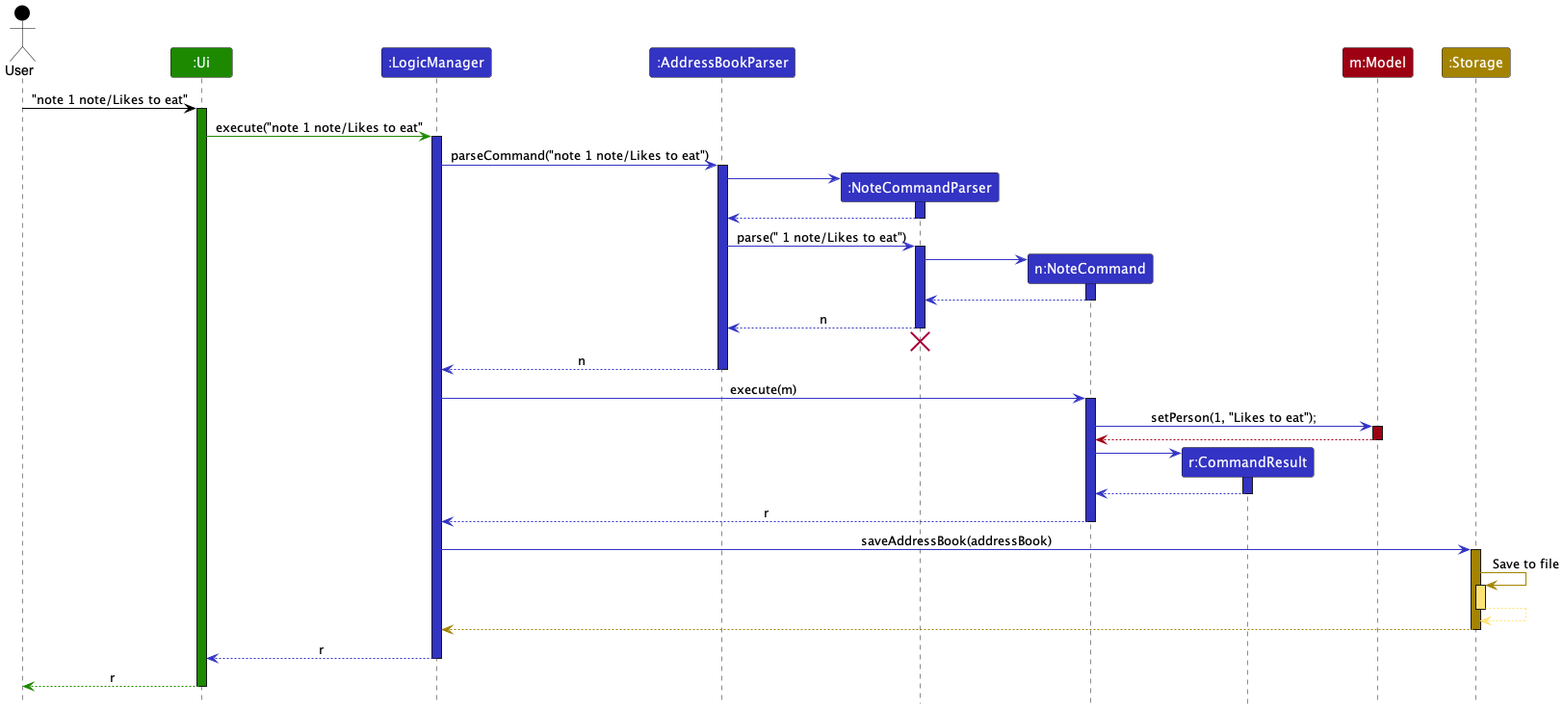
Before: docs/images/AddNoteSequenceDiagram.png, a diagram exported from PlantUML (nus-cs2103-AY2324S2/tp). Its diagram source:
```plantuml
@startuml
!include style.puml
skinparam ArrowFontStyle plain

Actor User as User USER_COLOR
participant ":Ui" as Ui UI_COLOR
participant ":LogicManager" as LogicManager LOGIC_COLOR
participant ":AddressBookParser" as AddressBookParser LOGIC_COLOR
participant ":NoteCommandParser" as NoteCommandParser LOGIC_COLOR
participant "n:NoteCommand" as NoteCommand LOGIC_COLOR
participant "r:CommandResult" as CommandResult LOGIC_COLOR
participant "m:Model" as Model MODEL_COLOR
participant ":Storage" as Storage STORAGE_COLOR

User -[USER_COLOR]> Ui : "note 1 note/Likes to eat"
activate Ui UI_COLOR

Ui -[UI_COLOR]> LogicManager : execute("note 1 note/Likes to eat"
activate LogicManager LOGIC_COLOR

LogicManager -[LOGIC_COLOR]> AddressBookParser : parseCommand("note 1 note/Likes to eat")
activate AddressBookParser LOGIC_COLOR

create NoteCommandParser
AddressBookParser -[LOGIC_COLOR]> NoteCommandParser
activate NoteCommandParser LOGIC_COLOR

NoteCommandParser --[LOGIC_COLOR]> AddressBookParser
deactivate NoteCommandParser

AddressBookParser -[LOGIC_COLOR]> NoteCommandParser : parse(" 1 note/Likes to eat")
activate NoteCommandParser LOGIC_COLOR

create NoteCommand
NoteCommandParser -[LOGIC_COLOR]> NoteCommand
activate NoteCommand LOGIC_COLOR

NoteCommand --[LOGIC_COLOR]> NoteCommandParser :
deactivate NoteCommand

NoteCommandParser --[LOGIC_COLOR]> AddressBookParser : n
deactivate NoteCommandParser
NoteCommandParser -[hidden]-> AddressBookParser
destroy NoteCommandParser

AddressBookParser --[LOGIC_COLOR]> LogicManager : n
deactivate AddressBookParser

LogicManager -[LOGIC_COLOR]> NoteCommand : execute(m)
activate NoteCommand LOGIC_COLOR

NoteCommand -[LOGIC_COLOR]> Model : setPerson(1, "Likes to eat");
activate Model MODEL_COLOR

Model --[MODEL_COLOR]> NoteCommand
deactivate Model

create CommandResult
NoteCommand -[LOGIC_COLOR]> CommandResult
activate CommandResult LOGIC_COLOR

CommandResult --[LOGIC_COLOR]> NoteCommand
deactivate CommandResult

NoteCommand --[LOGIC_COLOR]> LogicManager : r
deactivate NoteCommand

LogicManager -[LOGIC_COLOR]> Storage : saveAddressBook(addressBook)
activate Storage STORAGE_COLOR

Storage -[STORAGE_COLOR]> Storage : Save to file
activate Storage STORAGE_COLOR_T1

Storage --[STORAGE_COLOR_T1]> Storage
deactivate Storage

Storage --[STORAGE_COLOR]> LogicManager
deactivate Storage

LogicManager --[LOGIC_COLOR]> Ui : r
deactivate LogicManager

Ui --[UI_COLOR]> User : r
deactivate Ui
@enduml
```
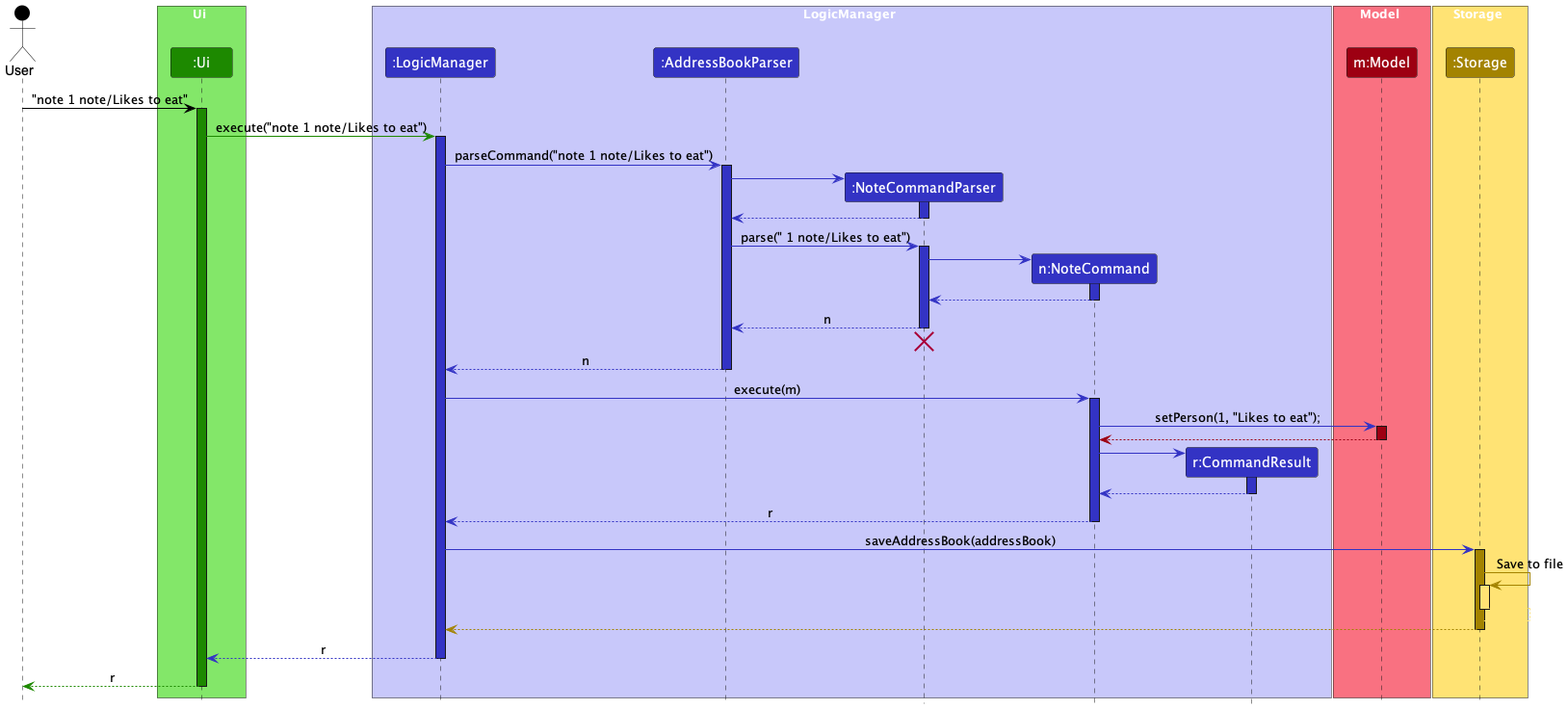
The same file after the commit.

Commit message:
Update sequence diagram for note

Change to the diagram source:
```diff
@@ -3,19 +3,27 @@
 skinparam ArrowFontStyle plain
 
 Actor User as User USER_COLOR
+box Ui UI_COLOR_T1
 participant ":Ui" as Ui UI_COLOR
+end box
+box LogicManager LOGIC_COLOR_T1
 participant ":LogicManager" as LogicManager LOGIC_COLOR
 participant ":AddressBookParser" as AddressBookParser LOGIC_COLOR
 participant ":NoteCommandParser" as NoteCommandParser LOGIC_COLOR
 participant "n:NoteCommand" as NoteCommand LOGIC_COLOR
 participant "r:CommandResult" as CommandResult LOGIC_COLOR
+end box
+box Model MODEL_COLOR_T1
 participant "m:Model" as Model MODEL_COLOR
+end box
+box Storage STORAGE_COLOR_T1
 participant ":Storage" as Storage STORAGE_COLOR
+end box
 
 User -[USER_COLOR]> Ui : "note 1 note/Likes to eat"
 activate Ui UI_COLOR
 
-Ui -[UI_COLOR]> LogicManager : execute("note 1 note/Likes to eat"
+Ui -[UI_COLOR]> LogicManager : execute("note 1 note/Likes to eat")
 activate LogicManager LOGIC_COLOR
 
 LogicManager -[LOGIC_COLOR]> AddressBookParser : parseCommand("note 1 note/Likes to eat")
```
